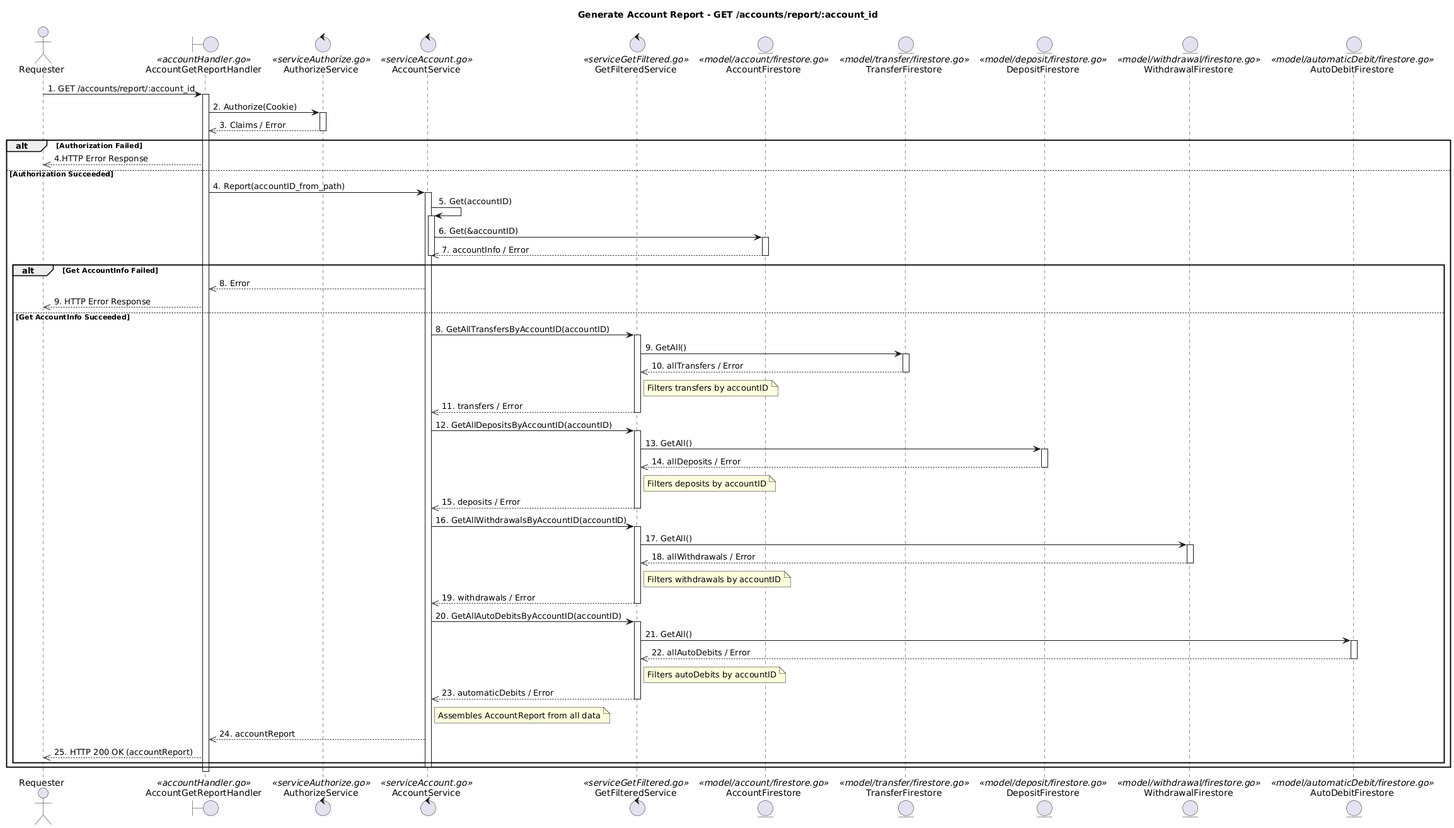
The PlantUML diagram docs/Report/SequenciaReportByAccount.png in JulioKobayashiEbury/BankingAPI, before a commit.
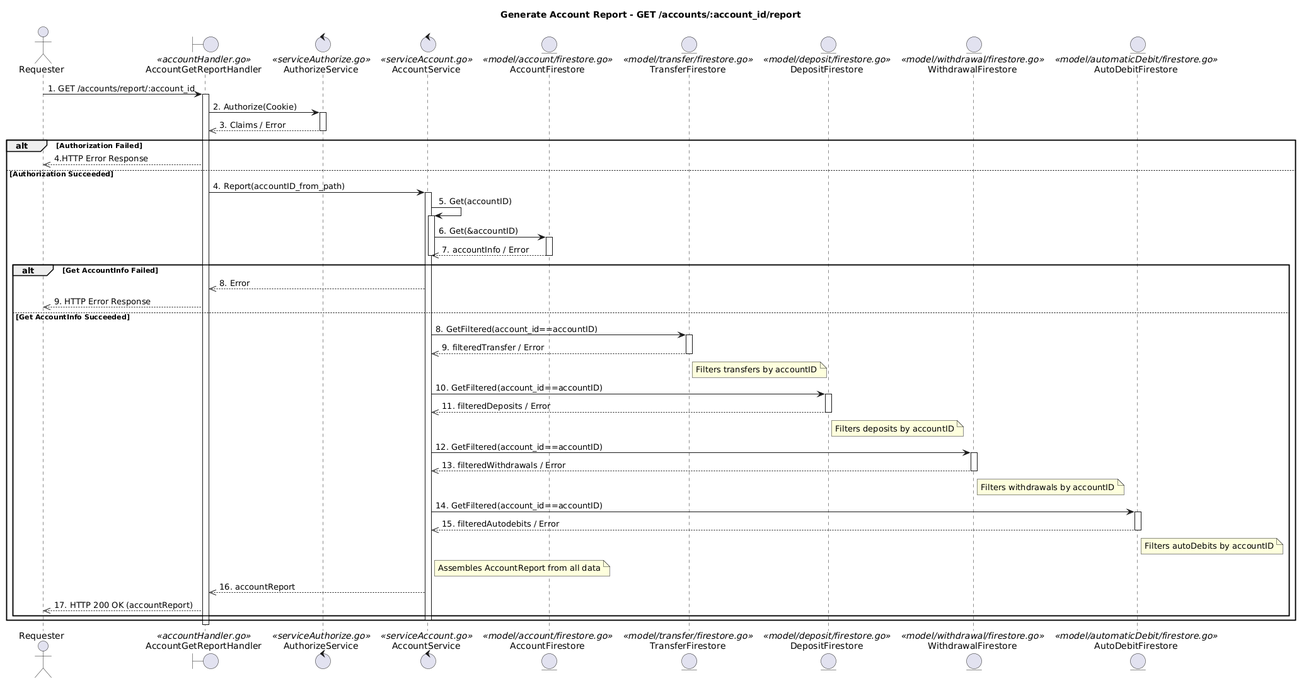
After the change.

Commit message:
[BankingAPI][v1.2.4]     - Update report sequence diagrams to PlantUML format

The edit, as a diff of the source:
```diff
@@ -1,11 +1,10 @@
 @startuml
-title Generate Account Report - GET /accounts/report/:account_id
+title Generate Account Report - GET /accounts/:account_id/report
 
 actor Requester
 boundary AccountGetReportHandler <<accountHandler.go>>
 control AuthorizeService <<serviceAuthorize.go>>
 control AccountService <<serviceAccount.go>>
-control GetFilteredService <<serviceGetFiltered.go>>
 entity AccountFirestore <<model/account/firestore.go>>
 entity TransferFirestore <<model/transfer/firestore.go>>
 entity DepositFirestore <<model/deposit/firestore.go>>
@@ -39,49 +38,35 @@
         AccountGetReportHandler -->> Requester : 9. HTTP Error Response
     else Get AccountInfo Succeeded
 
-        AccountService -> GetFilteredService : 8. GetAllTransfersByAccountID(accountID)
-        activate GetFilteredService
-        GetFilteredService -> TransferFirestore : 9. GetAll()
+        AccountService -> TransferFirestore : 8. GetFiltered(account_id==accountID)
         activate TransferFirestore
-        TransferFirestore -->> GetFilteredService : 10. allTransfers / Error
+        TransferFirestore -->> AccountService : 9. filteredTransfer / Error
         deactivate TransferFirestore
-        note right of GetFilteredService : Filters transfers by accountID
-        GetFilteredService -->> AccountService : 11. transfers / Error
-        deactivate GetFilteredService
+        note right of TransferFirestore : Filters transfers by accountID
 
-        AccountService -> GetFilteredService : 12. GetAllDepositsByAccountID(accountID)
-        activate GetFilteredService
-        GetFilteredService -> DepositFirestore : 13. GetAll()
+        AccountService -> DepositFirestore : 10. GetFiltered(account_id==accountID)
         activate DepositFirestore
-        DepositFirestore -->> GetFilteredService : 14. allDeposits / Error
+        DepositFirestore -->> AccountService : 11. filteredDeposits / Error
         deactivate DepositFirestore
-        note right of GetFilteredService : Filters deposits by accountID
-        GetFilteredService -->> AccountService : 15. deposits / Error
-        deactivate GetFilteredService
+        note right of DepositFirestore : Filters deposits by accountID
 
-        AccountService -> GetFilteredService : 16. GetAllWithdrawalsByAccountID(accountID)
-        activate GetFilteredService
-        GetFilteredService -> WithdrawalFirestore : 17. GetAll()
+        AccountService -> WithdrawalFirestore : 12. GetFiltered(account_id==accountID)
         activate WithdrawalFirestore
-        WithdrawalFirestore -->> GetFilteredService : 18. allWithdrawals / Error
+        WithdrawalFirestore -->> AccountService : 13. filteredWithdrawals / Error
         deactivate WithdrawalFirestore
-        note right of GetFilteredService : Filters withdrawals by accountID
-        GetFilteredService -->> AccountService : 19. withdrawals / Error
-        deactivate GetFilteredService
+        note right of WithdrawalFirestore : Filters withdrawals by accountID
 
-        AccountService -> GetFilteredService : 20. GetAllAutoDebitsByAccountID(accountID)
-        activate GetFilteredService
-        GetFilteredService -> AutoDebitFirestore : 21. GetAll()
+
+        AccountService -> AutoDebitFirestore : 14. GetFiltered(account_id==accountID)
         activate AutoDebitFirestore
-        AutoDebitFirestore -->> GetFilteredService : 22. allAutoDebits / Error
+        AutoDebitFirestore -->> AccountService : 15. filteredAutodebits / Error
         deactivate AutoDebitFirestore
-        note right of GetFilteredService : Filters autoDebits by accountID
-        GetFilteredService -->> AccountService : 23. automaticDebits / Error
-        deactivate GetFilteredService
+        note right of AutoDebitFirestore : Filters autoDebits by accountID
+
 
         note right of AccountService : Assembles AccountReport from all data
-        AccountService -->>  AccountGetReportHandler : 24. accountReport
-        AccountGetReportHandler -->> Requester : 25. HTTP 200 OK (accountReport)
+        AccountService -->>  AccountGetReportHandler : 16. accountReport
+        AccountGetReportHandler -->> Requester : 17. HTTP 200 OK (accountReport)
 
     end
     deactivate AccountService
```
